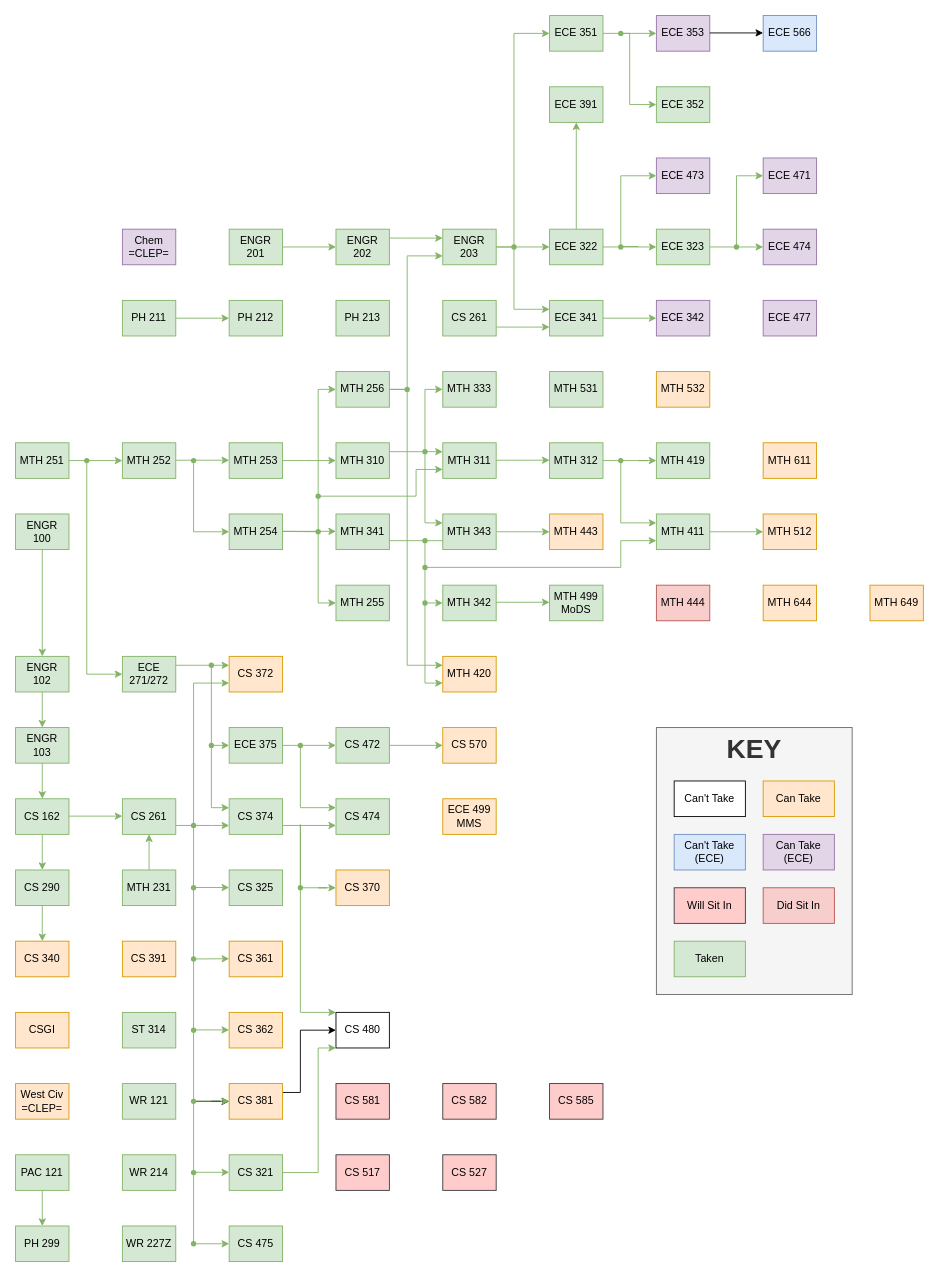
The draw.io diagram Classes.drawio in Jonas-Carew/Class-Flowchart, before the edit. Source tidied: cells renumbered, new cells numbered last; positions are measured from the earlier drawing's top-left corner, leaving out a move shared by most shapes. Both pictures are drawn from the tidied source at 89%, with x=0, y=0 at pixel (15, 15).
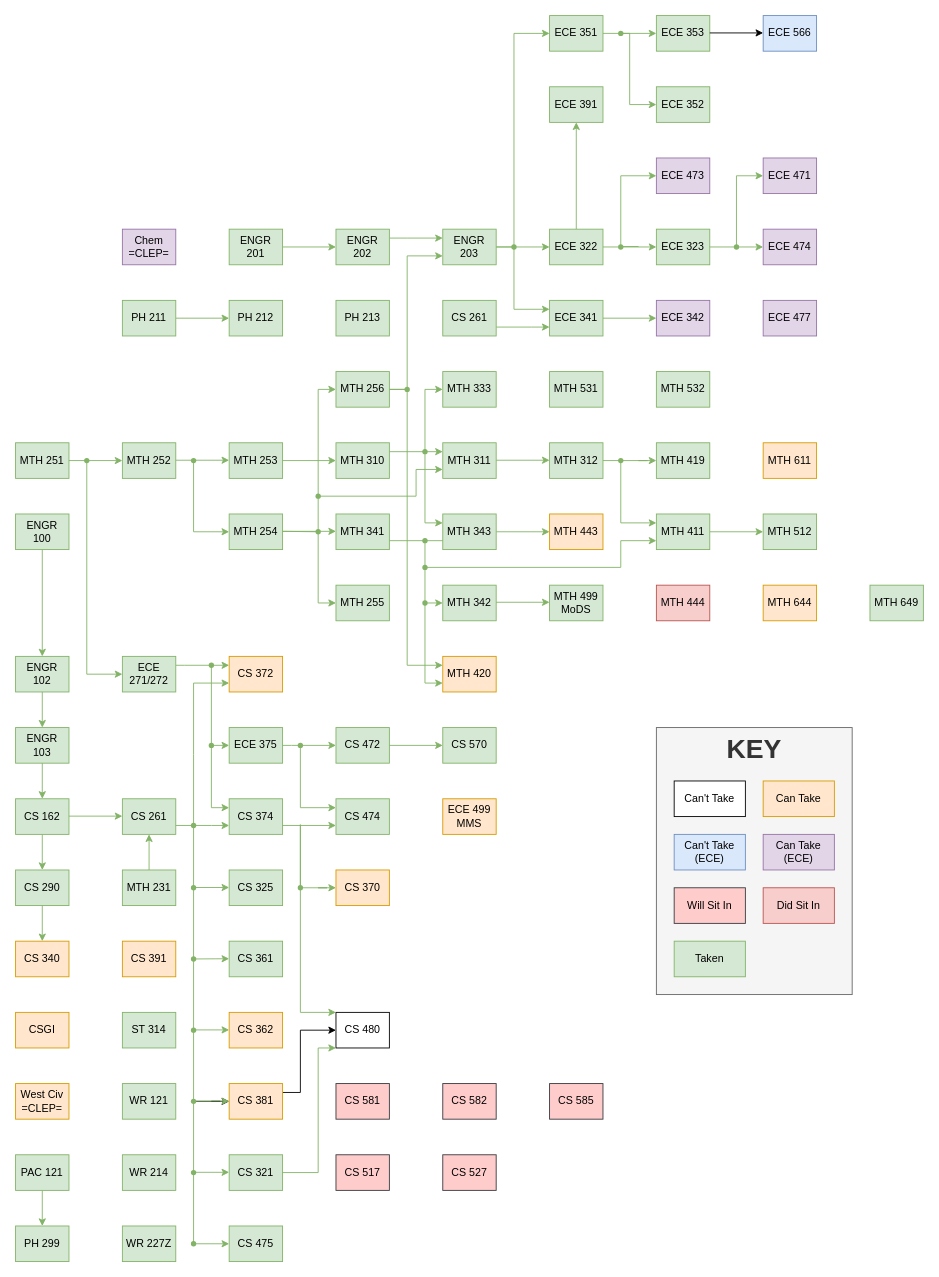
The same page after the edit.

The edit, as a diff of the source:
```diff
@@
-    <mxCell id="50" value="&lt;div&gt;CS 361&lt;/div&gt;" style="rounded=0;whiteSpace=wrap;html=1;fillColor=#ffe6cc;strokeColor=#d79b00;" parent="1" vertex="1">
+    <mxCell id="50" value="&lt;div&gt;CS 361&lt;/div&gt;" style="rounded=0;whiteSpace=wrap;html=1;fillColor=#d5e8d4;strokeColor=#82b366;" parent="1" vertex="1">
       <mxGeometry x="240" y="1040" width="60" height="40" as="geometry" />
     </mxCell>
@@
-    <mxCell id="103" value="ECE 353" style="rounded=0;whiteSpace=wrap;html=1;fillColor=#e1d5e7;strokeColor=#9673a6;" parent="1" vertex="1">
+    <mxCell id="103" value="ECE 353" style="rounded=0;whiteSpace=wrap;html=1;fillColor=#d5e8d4;strokeColor=#82b366;" parent="1" vertex="1">
       <mxGeometry x="720" width="60" height="40" as="geometry" />
     </mxCell>
@@
-    <mxCell id="147" value="&lt;div&gt;MTH 512&lt;br&gt;&lt;/div&gt;" style="rounded=0;whiteSpace=wrap;html=1;fillColor=#ffe6cc;strokeColor=#d79b00;" parent="1" vertex="1">
+    <mxCell id="147" value="&lt;div&gt;MTH 512&lt;br&gt;&lt;/div&gt;" style="rounded=0;whiteSpace=wrap;html=1;fillColor=#d5e8d4;strokeColor=#82b366;" parent="1" vertex="1">
       <mxGeometry x="840" y="560" width="60" height="40" as="geometry" />
     </mxCell>
@@
-    <mxCell id="150" value="&lt;div&gt;MTH 532&lt;br&gt;&lt;/div&gt;" style="rounded=0;whiteSpace=wrap;html=1;fillColor=#ffe6cc;strokeColor=#d79b00;" parent="1" vertex="1">
+    <mxCell id="150" value="&lt;div&gt;MTH 532&lt;br&gt;&lt;/div&gt;" style="rounded=0;whiteSpace=wrap;html=1;fillColor=#d5e8d4;strokeColor=#82b366;" parent="1" vertex="1">
       <mxGeometry x="720" y="400" width="60" height="40" as="geometry" />
     </mxCell>
-    <mxCell id="151" value="CS 570" style="whiteSpace=wrap;html=1;rounded=0;fillColor=#ffe6cc;strokeColor=#d79b00;" parent="1" vertex="1">
+    <mxCell id="151" value="CS 570" style="whiteSpace=wrap;html=1;rounded=0;fillColor=#d5e8d4;strokeColor=#82b366;" parent="1" vertex="1">
       <mxGeometry x="480" y="800" width="60" height="40" as="geometry" />
     </mxCell>
@@
-    <mxCell id="189" value="&lt;div&gt;MTH 649&lt;/div&gt;" style="rounded=0;whiteSpace=wrap;html=1;fillColor=#ffe6cc;strokeColor=#d79b00;" parent="1" vertex="1">
+    <mxCell id="189" value="&lt;div&gt;MTH 649&lt;/div&gt;" style="rounded=0;whiteSpace=wrap;html=1;fillColor=#d5e8d4;strokeColor=#82b366;" parent="1" vertex="1">
       <mxGeometry x="960" y="640" width="60" height="40" as="geometry" />
     </mxCell>
```
